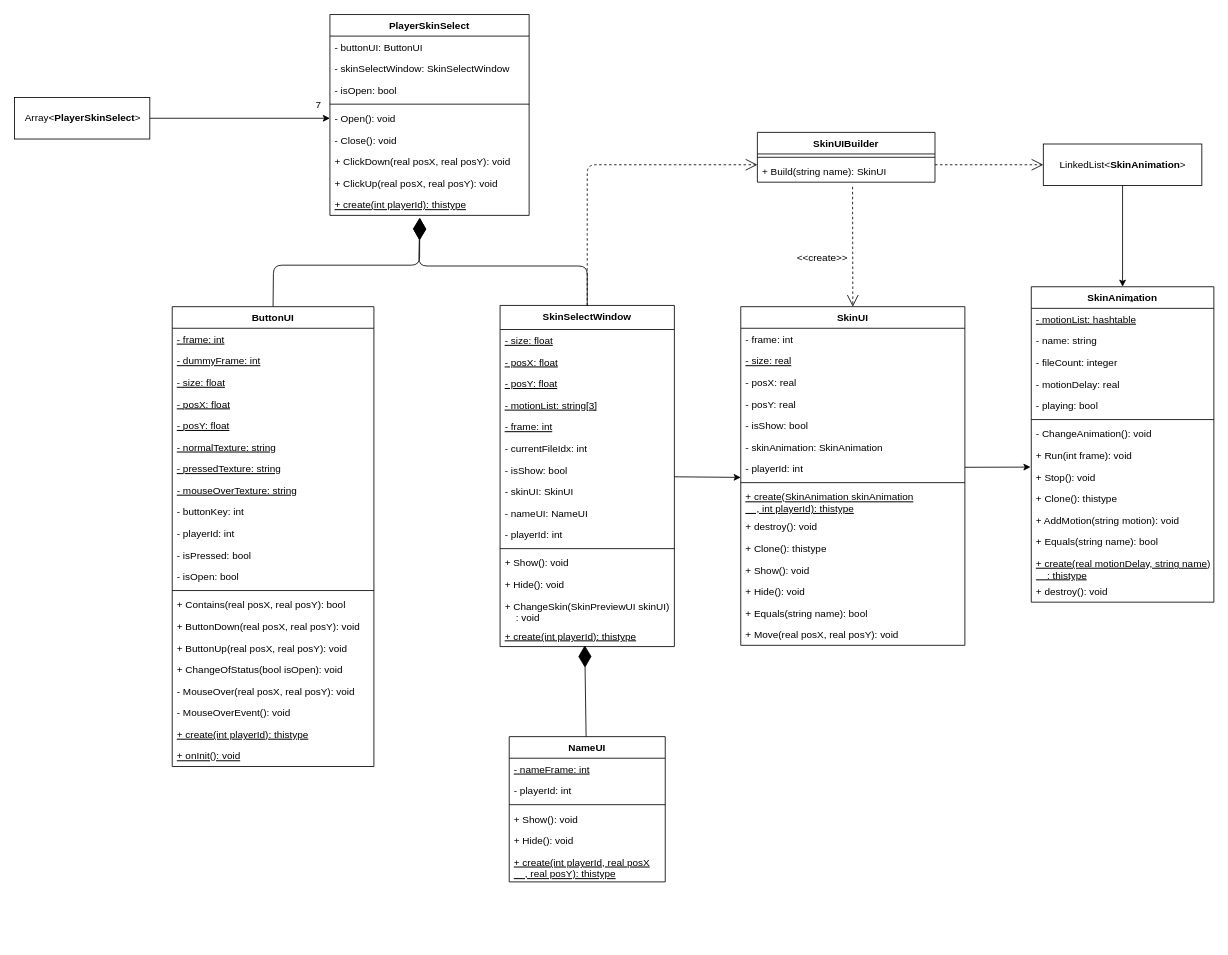
The draw.io diagram Diagram/SkinFrame.drawio in jsm150/OrangeMushroomStory, before the edit. Source tidied: cells renumbered, new cells numbered last; positions are measured from the earlier drawing's top-left corner, leaving out a move shared by most shapes. Both pictures are drawn from the tidied source at 83%, with x=0, y=0 at pixel (14, 14).
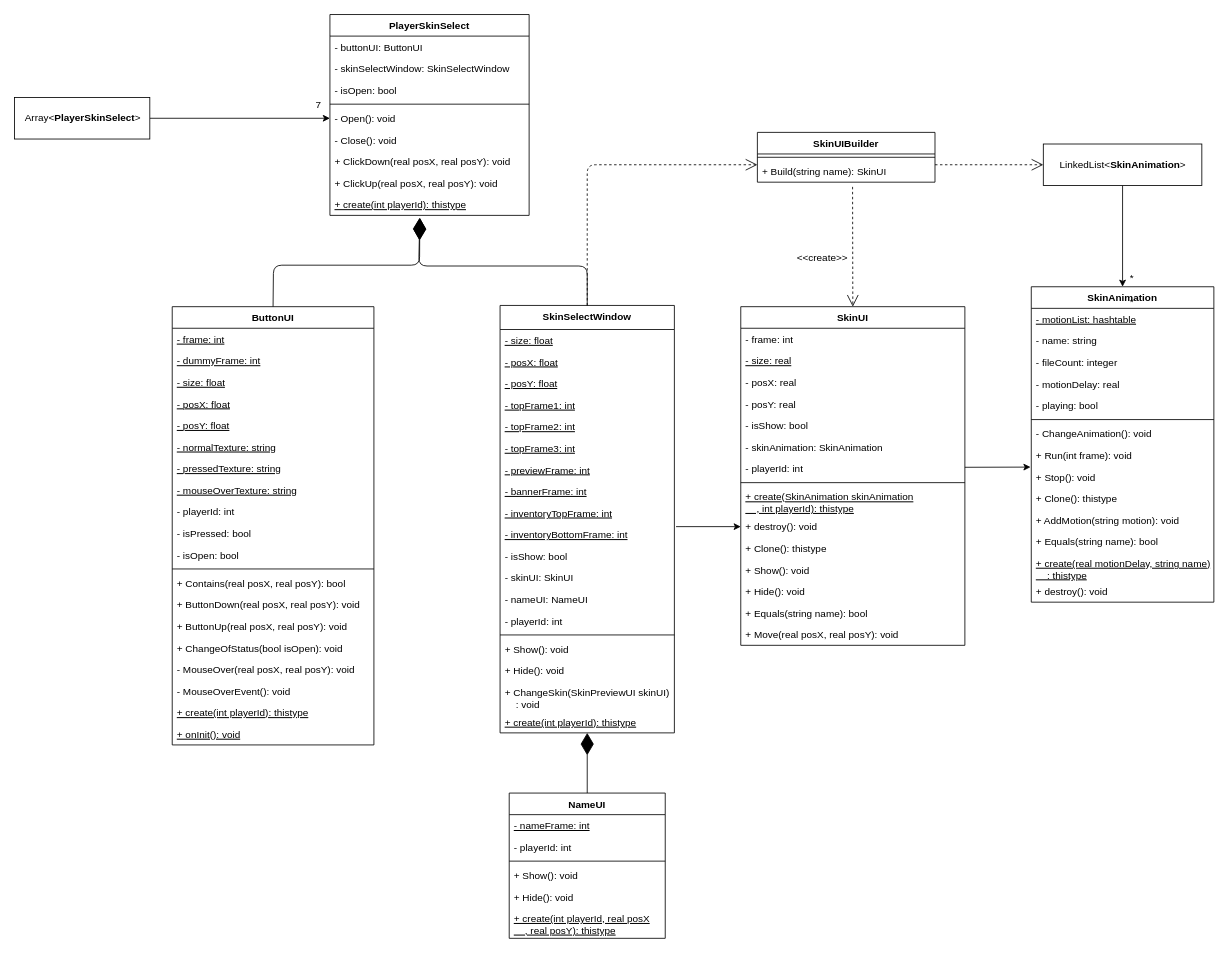
The same page after the edit.

The change refers to these unchanged cells:
```xml
<mxCell id="27" value="- playerId: int" style="text;strokeColor=none;fillColor=none;align=left;verticalAlign=top;spacingLeft=4;spacingRight=4;overflow=hidden;points=[[0,0.5],[1,0.5]];portConstraint=eastwest;" parent="20" vertex="1">
  <mxGeometry y="182" width="270" height="26" as="geometry" />
</mxCell>
<mxCell id="30" value="+ destroy(): void" style="text;strokeColor=none;fillColor=none;align=left;verticalAlign=top;spacingLeft=4;spacingRight=4;overflow=hidden;points=[[0,0.5],[1,0.5]];portConstraint=eastwest;" parent="20" vertex="1">
  <mxGeometry y="252" width="270" height="26" as="geometry" />
</mxCell>
```

The edit, as a diff of the source:
```diff
@@
-    <mxCell id="2" style="edgeStyle=none;html=1;entryX=0;entryY=0.911;entryDx=0;entryDy=0;entryPerimeter=0;" parent="1" edge="1" source="3" target="27">
-      <mxGeometry relative="1" as="geometry" />
+    <mxCell id="2" style="edgeStyle=none;html=1;entryX=0;entryY=0.5;entryDx=0;entryDy=0;" parent="1" edge="1" target="30">
+      <mxGeometry relative="1" as="geometry">
+        <mxPoint x="797" y="617" as="sourcePoint" />
+      </mxGeometry>
     </mxCell>
     <mxCell id="3" value="SkinSelectWindow" style="swimlane;fontStyle=1;align=center;verticalAlign=top;horizontal=1;startSize=29;" parent="1" vertex="1">
-      <mxGeometry x="585" y="350.5" width="210" height="411" as="geometry" />
+      <mxGeometry x="585" y="350.5" width="210" height="515" as="geometry" />
     </mxCell>
@@
-    <mxCell id="7" value="- motionList: string[3]" style="text;strokeColor=none;fillColor=none;align=left;verticalAlign=top;spacingLeft=4;spacingRight=4;overflow=hidden;fontStyle=4;" parent="3" vertex="1">
-      <mxGeometry y="107" width="210" height="26" as="geometry" />
-    </mxCell>
-    <mxCell id="8" value="- frame: int" style="text;strokeColor=none;fillColor=none;align=left;verticalAlign=top;spacingLeft=4;spacingRight=4;overflow=hidden;fontStyle=4;" parent="3" vertex="1">
-      <mxGeometry y="133" width="210" height="26" as="geometry" />
+    <mxCell id="8" value="- topFrame1: int" style="text;strokeColor=none;fillColor=none;align=left;verticalAlign=top;spacingLeft=4;spacingRight=4;overflow=hidden;fontStyle=4;" parent="3" vertex="1">
+      <mxGeometry y="107" width="210" height="26" as="geometry" />
     </mxCell>
-    <mxCell id="9" value="- currentFileIdx: int" style="text;strokeColor=none;fillColor=none;align=left;verticalAlign=top;spacingLeft=4;spacingRight=4;overflow=hidden;fontStyle=0;" parent="3" vertex="1">
-      <mxGeometry y="159" width="210" height="26" as="geometry" />
-    </mxCell>
+    <mxCell id="106" value="- topFrame2: int" style="text;strokeColor=none;fillColor=none;align=left;verticalAlign=top;spacingLeft=4;spacingRight=4;overflow=hidden;fontStyle=4;" parent="3" vertex="1">
+      <mxGeometry y="133" width="210" height="26" as="geometry" />
+    </mxCell>
+    <mxCell id="107" value="- topFrame3: int" style="text;strokeColor=none;fillColor=none;align=left;verticalAlign=top;spacingLeft=4;spacingRight=4;overflow=hidden;fontStyle=4;" parent="3" vertex="1">
+      <mxGeometry y="159" width="210" height="26" as="geometry" />
+    </mxCell>
+    <mxCell id="108" value="- previewFrame: int" style="text;strokeColor=none;fillColor=none;align=left;verticalAlign=top;spacingLeft=4;spacingRight=4;overflow=hidden;fontStyle=4;" parent="3" vertex="1">
+      <mxGeometry y="185" width="210" height="26" as="geometry" />
+    </mxCell>
+    <mxCell id="109" value="- bannerFrame: int" style="text;strokeColor=none;fillColor=none;align=left;verticalAlign=top;spacingLeft=4;spacingRight=4;overflow=hidden;fontStyle=4;" parent="3" vertex="1">
+      <mxGeometry y="211" width="210" height="26" as="geometry" />
+    </mxCell>
+    <mxCell id="110" value="- inventoryTopFrame: int" style="text;strokeColor=none;fillColor=none;align=left;verticalAlign=top;spacingLeft=4;spacingRight=4;overflow=hidden;fontStyle=4;" parent="3" vertex="1">
+      <mxGeometry y="237" width="210" height="26" as="geometry" />
+    </mxCell>
+    <mxCell id="111" value="- inventoryBottomFrame: int" style="text;strokeColor=none;fillColor=none;align=left;verticalAlign=top;spacingLeft=4;spacingRight=4;overflow=hidden;fontStyle=4;" parent="3" vertex="1">
+      <mxGeometry y="263" width="210" height="26" as="geometry" />
+    </mxCell>
     <mxCell id="10" value="- isShow: bool" style="text;strokeColor=none;fillColor=none;align=left;verticalAlign=top;spacingLeft=4;spacingRight=4;overflow=hidden;fontStyle=0;" parent="3" vertex="1">
-      <mxGeometry y="185" width="210" height="26" as="geometry" />
+      <mxGeometry y="289" width="210" height="26" as="geometry" />
     </mxCell>
     <mxCell id="11" value="- skinUI: SkinUI" style="text;strokeColor=none;fillColor=none;align=left;verticalAlign=top;spacingLeft=4;spacingRight=4;overflow=hidden;fontStyle=0;" parent="3" vertex="1">
-      <mxGeometry y="211" width="210" height="26" as="geometry" />
+      <mxGeometry y="315" width="210" height="26" as="geometry" />
     </mxCell>
     <mxCell id="12" value="- nameUI: NameUI" style="text;strokeColor=none;fillColor=none;align=left;verticalAlign=top;spacingLeft=4;spacingRight=4;overflow=hidden;fontStyle=0;" parent="3" vertex="1">
-      <mxGeometry y="237" width="210" height="26" as="geometry" />
+      <mxGeometry y="341" width="210" height="26" as="geometry" />
     </mxCell>
     <mxCell id="13" value="- playerId: int" style="text;strokeColor=none;fillColor=none;align=left;verticalAlign=top;spacingLeft=4;spacingRight=4;overflow=hidden;" parent="3" vertex="1">
-      <mxGeometry y="263" width="210" height="26" as="geometry" />
+      <mxGeometry y="367" width="210" height="26" as="geometry" />
     </mxCell>
     <mxCell id="14" style="line;strokeWidth=1;fillColor=none;align=left;verticalAlign=middle;spacingTop=-1;spacingLeft=3;spacingRight=3;labelPosition=right;" parent="3" vertex="1">
-      <mxGeometry y="289" width="210" height="8" as="geometry" />
+      <mxGeometry y="393" width="210" height="8" as="geometry" />
     </mxCell>
     <mxCell id="15" value="+ Show(): void" style="text;strokeColor=none;fillColor=none;align=left;verticalAlign=top;spacingLeft=4;spacingRight=4;overflow=hidden;" parent="3" vertex="1">
-      <mxGeometry y="297" width="210" height="26" as="geometry" />
+      <mxGeometry y="401" width="210" height="26" as="geometry" />
     </mxCell>
     <mxCell id="16" value="+ Hide(): void" style="text;strokeColor=none;fillColor=none;align=left;verticalAlign=top;spacingLeft=4;spacingRight=4;overflow=hidden;" parent="3" vertex="1">
-      <mxGeometry y="323" width="210" height="26" as="geometry" />
+      <mxGeometry y="427" width="210" height="26" as="geometry" />
     </mxCell>
     <mxCell id="17" value="+ ChangeSkin(SkinPreviewUI skinUI)&#10;    : void" style="text;strokeColor=none;fillColor=none;align=left;verticalAlign=top;spacingLeft=4;spacingRight=4;overflow=hidden;" parent="3" vertex="1">
-      <mxGeometry y="349" width="210" height="36" as="geometry" />
+      <mxGeometry y="453" width="210" height="36" as="geometry" />
     </mxCell>
     <mxCell id="18" value="+ create(int playerId): thistype" style="text;strokeColor=none;fillColor=none;align=left;verticalAlign=top;spacingLeft=4;spacingRight=4;overflow=hidden;points=[[0,0.5],[1,0.5]];portConstraint=eastwest;fontStyle=4;" parent="3" vertex="1">
-      <mxGeometry y="385" width="210" height="26" as="geometry" />
+      <mxGeometry y="489" width="210" height="26" as="geometry" />
     </mxCell>
@@
     <mxCell id="51" value="ButtonUI" style="swimlane;fontStyle=1;align=center;verticalAlign=top;horizontal=1;startSize=26;" parent="1" vertex="1">
-      <mxGeometry x="190" y="352" width="243" height="554" as="geometry" />
+      <mxGeometry x="190" y="352" width="243" height="528" as="geometry" />
     </mxCell>
@@
-    <mxCell id="60" value="- buttonKey: int" style="text;strokeColor=none;fillColor=none;align=left;verticalAlign=top;spacingLeft=4;spacingRight=4;overflow=hidden;" parent="51" vertex="1">
-      <mxGeometry y="234" width="243" height="26" as="geometry" />
-    </mxCell>
     <mxCell id="61" value="- playerId: int" style="text;strokeColor=none;fillColor=none;align=left;verticalAlign=top;spacingLeft=4;spacingRight=4;overflow=hidden;" parent="51" vertex="1">
-      <mxGeometry y="260" width="243" height="26" as="geometry" />
+      <mxGeometry y="234" width="243" height="26" as="geometry" />
     </mxCell>
     <mxCell id="62" value="- isPressed: bool" style="text;strokeColor=none;fillColor=none;align=left;verticalAlign=top;spacingLeft=4;spacingRight=4;overflow=hidden;fontStyle=0;" parent="51" vertex="1">
-      <mxGeometry y="286" width="243" height="26" as="geometry" />
+      <mxGeometry y="260" width="243" height="26" as="geometry" />
     </mxCell>
     <mxCell id="63" value="- isOpen: bool" style="text;strokeColor=none;fillColor=none;align=left;verticalAlign=top;spacingLeft=4;spacingRight=4;overflow=hidden;fontStyle=0;" parent="51" vertex="1">
-      <mxGeometry y="312" width="243" height="26" as="geometry" />
+      <mxGeometry y="286" width="243" height="26" as="geometry" />
     </mxCell>
     <mxCell id="64" style="line;strokeWidth=1;fillColor=none;align=left;verticalAlign=middle;spacingTop=-1;spacingLeft=3;spacingRight=3;labelPosition=right;" parent="51" vertex="1">
-      <mxGeometry y="338" width="243" height="8" as="geometry" />
+      <mxGeometry y="312" width="243" height="8" as="geometry" />
     </mxCell>
     <mxCell id="65" value="+ Contains(real posX, real posY): bool" style="text;strokeColor=none;fillColor=none;align=left;verticalAlign=top;spacingLeft=4;spacingRight=4;overflow=hidden;" parent="51" vertex="1">
-      <mxGeometry y="346" width="243" height="26" as="geometry" />
+      <mxGeometry y="320" width="243" height="26" as="geometry" />
     </mxCell>
     <mxCell id="66" value="+ ButtonDown(real posX, real posY): void" style="text;strokeColor=none;fillColor=none;align=left;verticalAlign=top;spacingLeft=4;spacingRight=4;overflow=hidden;" parent="51" vertex="1">
-      <mxGeometry y="372" width="243" height="26" as="geometry" />
+      <mxGeometry y="346" width="243" height="26" as="geometry" />
     </mxCell>
     <mxCell id="67" value="+ ButtonUp(real posX, real posY): void" style="text;strokeColor=none;fillColor=none;align=left;verticalAlign=top;spacingLeft=4;spacingRight=4;overflow=hidden;" parent="51" vertex="1">
-      <mxGeometry y="398" width="243" height="26" as="geometry" />
+      <mxGeometry y="372" width="243" height="26" as="geometry" />
     </mxCell>
     <mxCell id="68" value="+ ChangeOfStatus(bool isOpen): void" style="text;strokeColor=none;fillColor=none;align=left;verticalAlign=top;spacingLeft=4;spacingRight=4;overflow=hidden;" parent="51" vertex="1">
-      <mxGeometry y="424" width="243" height="26" as="geometry" />
+      <mxGeometry y="398" width="243" height="26" as="geometry" />
     </mxCell>
     <mxCell id="69" value="- MouseOver(real posX, real posY): void" style="text;strokeColor=none;fillColor=none;align=left;verticalAlign=top;spacingLeft=4;spacingRight=4;overflow=hidden;" parent="51" vertex="1">
-      <mxGeometry y="450" width="243" height="26" as="geometry" />
+      <mxGeometry y="424" width="243" height="26" as="geometry" />
     </mxCell>
     <mxCell id="70" value="- MouseOverEvent(): void" style="text;strokeColor=none;fillColor=none;align=left;verticalAlign=top;spacingLeft=4;spacingRight=4;overflow=hidden;" parent="51" vertex="1">
-      <mxGeometry y="476" width="243" height="26" as="geometry" />
+      <mxGeometry y="450" width="243" height="26" as="geometry" />
     </mxCell>
     <mxCell id="71" value="+ create(int playerId): thistype" style="text;strokeColor=none;fillColor=none;align=left;verticalAlign=top;spacingLeft=4;spacingRight=4;overflow=hidden;fontStyle=4;" parent="51" vertex="1">
-      <mxGeometry y="502" width="243" height="26" as="geometry" />
+      <mxGeometry y="476" width="243" height="26" as="geometry" />
     </mxCell>
     <mxCell id="72" value="+ onInit(): void" style="text;strokeColor=none;fillColor=none;align=left;verticalAlign=top;spacingLeft=4;spacingRight=4;overflow=hidden;fontStyle=4;" parent="51" vertex="1">
-      <mxGeometry y="528" width="243" height="26" as="geometry" />
+      <mxGeometry y="502" width="243" height="26" as="geometry" />
     </mxCell>
@@
     <mxCell id="85" value="NameUI" style="swimlane;fontStyle=1;align=center;verticalAlign=top;horizontal=1;startSize=26;" parent="1" vertex="1">
-      <mxGeometry x="596" y="870" width="188" height="175" as="geometry" />
+      <mxGeometry x="596" y="938" width="188" height="175" as="geometry" />
     </mxCell>
@@
-    <mxCell id="92" style="endArrow=diamondThin;endFill=1;endSize=24;html=1;" parent="1" edge="1" source="85">
-      <mxGeometry relative="1" as="geometry">
-        <mxPoint x="687" y="760" as="targetPoint" />
-      </mxGeometry>
+    <mxCell id="92" style="endArrow=diamondThin;endFill=1;endSize=24;html=1;" parent="1" edge="1" source="85" target="18">
+      <mxGeometry relative="1" as="geometry" />
     </mxCell>
@@
+    <mxCell id="112" value="*" style="text;html=1;align=center;verticalAlign=middle;strokeColor=none;fillColor=none;" parent="1" vertex="1">
+      <mxGeometry x="1338" y="308" width="15" height="18" as="geometry" />
+    </mxCell>
```
